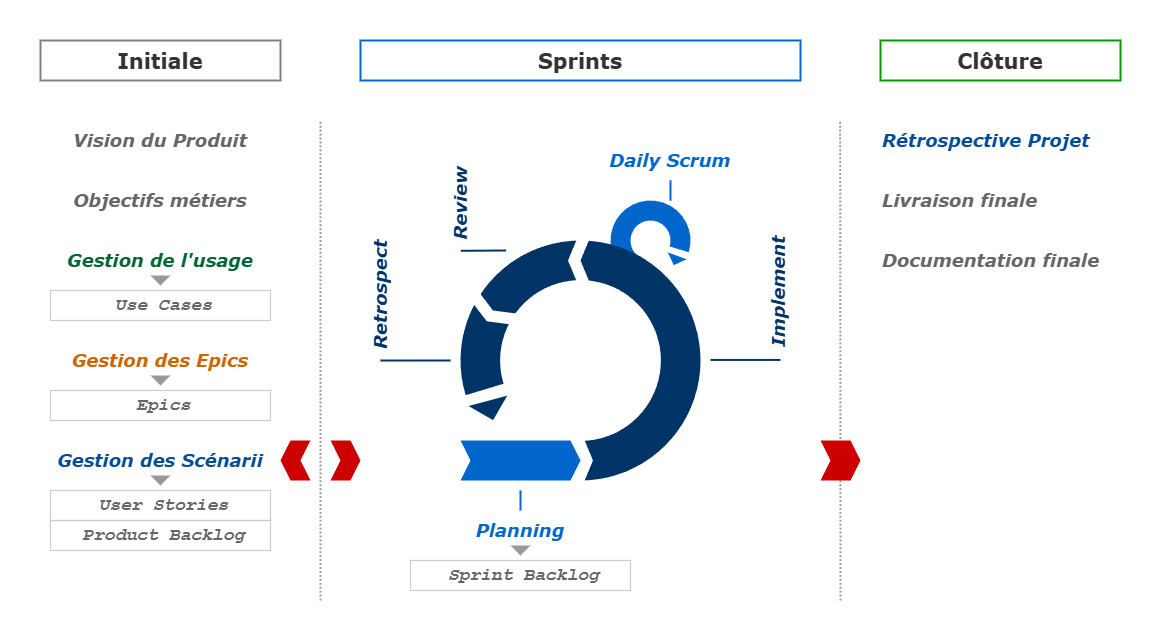
Above: 04.pratique/agile/_assets/cycle_schema.png in ElodieBayet/web-development (draw.io), before the change. Source tidied: cells renumbered, new cells last; positions are measured from the earlier drawing's top-left corner, leaving out a move shared by most shapes.
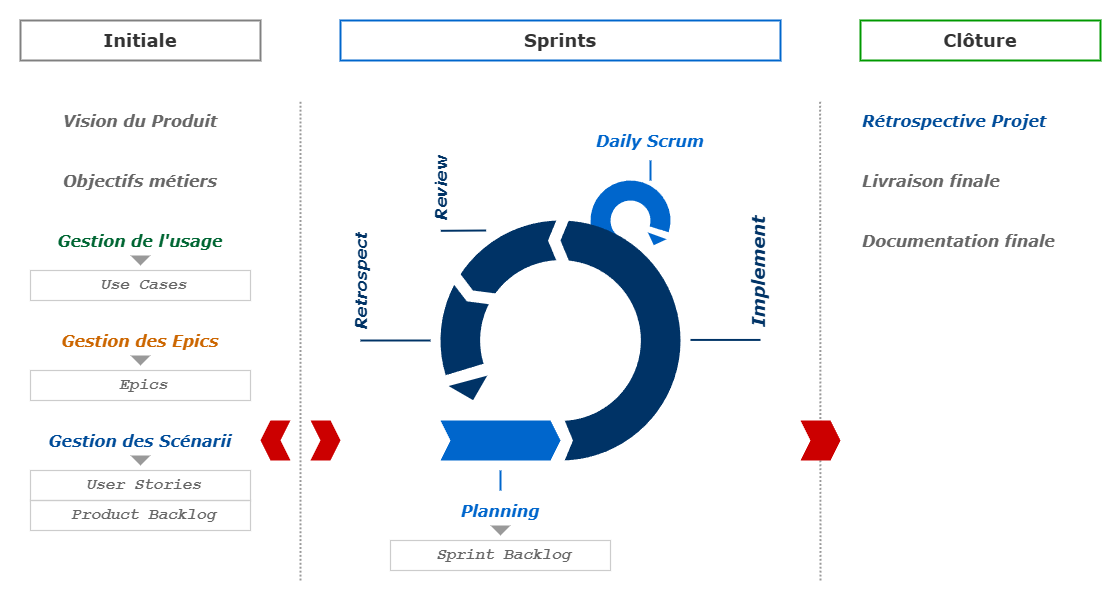
Later version of the same file.

What changed in the source:
```diff
@@ -3,7 +3,7 @@
     <mxCell id="0" />
     <mxCell id="1" parent="0" />
     <mxCell id="2" style="rounded=0;whiteSpace=wrap;html=1;strokeColor=none;" parent="1" vertex="1">
-      <mxGeometry width="1160" height="640" as="geometry" />
+      <mxGeometry x="20" y="20" width="1120" height="600" as="geometry" />
     </mxCell>
     <mxCell id="3" style="endArrow=none;html=1;dashed=1;strokeWidth=1.9685;strokeColor=#999999;dashPattern=1 1;" parent="1" edge="1">
       <mxGeometry relative="1" as="geometry">
@@ -17,13 +17,13 @@
     <mxCell id="5" style="shape=step;perimeter=stepPerimeter;whiteSpace=wrap;html=1;fixedSize=1;strokeColor=none;fillColor=#CC0000;size=10;rotation=180;" parent="1" vertex="1">
       <mxGeometry x="280" y="440" width="30" height="40" as="geometry" />
     </mxCell>
-    <mxCell id="6" value="Initiale" style="text;align=center;verticalAlign=middle;whiteSpace=wrap;rounded=0;fontFamily=Verdana;fontStyle=1;fontSize=21;fontColor=#333333;strokeColor=#808080;strokeWidth=1.9685;html=1;" parent="1" vertex="1">
+    <mxCell id="6" value="Initiale" style="text;align=center;verticalAlign=middle;whiteSpace=wrap;rounded=0;fontFamily=Verdana;fontStyle=1;fontSize=18;fontColor=#333333;strokeColor=#808080;strokeWidth=1.9685;html=1;" parent="1" vertex="1">
       <mxGeometry x="40" y="40" width="240" height="40" as="geometry" />
     </mxCell>
-    <mxCell id="7" value="Sprints" style="text;align=center;verticalAlign=middle;whiteSpace=wrap;rounded=0;fontFamily=Verdana;fontStyle=1;fontSize=21;fontColor=#333333;strokeColor=#0066CC;strokeWidth=1.9685;html=1;" parent="1" vertex="1">
+    <mxCell id="7" value="Sprints" style="text;align=center;verticalAlign=middle;whiteSpace=wrap;rounded=0;fontFamily=Verdana;fontStyle=1;fontSize=18;fontColor=#333333;strokeColor=#0066CC;strokeWidth=1.9685;html=1;" parent="1" vertex="1">
       <mxGeometry x="360" y="40" width="440" height="40" as="geometry" />
     </mxCell>
-    <mxCell id="8" value="Clôture" style="text;align=center;verticalAlign=middle;whiteSpace=wrap;rounded=0;fontFamily=Verdana;fontStyle=1;fontSize=21;fontColor=#333333;strokeColor=#009900;strokeWidth=1.9685;html=1;" parent="1" vertex="1">
+    <mxCell id="8" value="Clôture" style="text;align=center;verticalAlign=middle;whiteSpace=wrap;rounded=0;fontFamily=Verdana;fontStyle=1;fontSize=18;fontColor=#333333;strokeColor=#009900;strokeWidth=1.9685;html=1;" parent="1" vertex="1">
       <mxGeometry x="880" y="40" width="240" height="40" as="geometry" />
     </mxCell>
     <mxCell id="9" style="verticalLabelPosition=bottom;verticalAlign=top;html=1;shape=mxgraph.basic.partConcEllipse;startAngle=0.30334437084861127;endAngle=0.04750758046958993;arcWidth=0.5;strokeColor=none;fillColor=#0066CC;rotation=90;" parent="1" vertex="1">
@@ -50,64 +50,64 @@
     <mxCell id="16" style="triangle;whiteSpace=wrap;html=1;rotation=75;strokeColor=none;fillColor=#003366;" parent="1" vertex="1">
       <mxGeometry x="480" y="390" width="20" height="40" as="geometry" />
     </mxCell>
-    <mxCell id="17" value="Retrospect" style="text;align=left;verticalAlign=middle;whiteSpace=wrap;rounded=0;fontFamily=Verdana;fontStyle=3;fontSize=18;fontColor=#003366;strokeColor=none;strokeWidth=1.9685;html=1;rotation=270;spacing=0;spacingLeft=11.811;" parent="1" vertex="1">
+    <mxCell id="17" value="Retrospect" style="text;align=left;verticalAlign=middle;whiteSpace=wrap;rounded=0;fontFamily=Verdana;fontStyle=3;fontSize=16;fontColor=#003366;strokeColor=none;strokeWidth=1.9685;html=1;rotation=270;spacing=0;spacingLeft=11.811;" parent="1" vertex="1">
       <mxGeometry x="309.7" y="269.7" width="140.6" height="40" as="geometry" />
     </mxCell>
-    <mxCell id="18" value="Daily Scrum" style="text;align=center;verticalAlign=middle;whiteSpace=wrap;rounded=0;fontFamily=Verdana;fontStyle=3;fontSize=18;fontColor=#0066CC;strokeColor=none;strokeWidth=1.9685;html=1;" parent="1" vertex="1">
+    <mxCell id="18" value="Daily Scrum" style="text;align=center;verticalAlign=middle;whiteSpace=wrap;rounded=0;fontFamily=Verdana;fontStyle=3;fontSize=16;fontColor=#0066CC;strokeColor=none;strokeWidth=1.9685;html=1;" parent="1" vertex="1">
       <mxGeometry x="600" y="140" width="140" height="40" as="geometry" />
     </mxCell>
-    <mxCell id="19" value="Vision du Produit" style="text;align=center;verticalAlign=middle;whiteSpace=wrap;rounded=0;fontFamily=Verdana;fontStyle=3;fontSize=18;fontColor=#666666;strokeColor=none;strokeWidth=1.9685;html=1;" parent="1" vertex="1">
+    <mxCell id="19" value="Vision du Produit" style="text;align=center;verticalAlign=middle;whiteSpace=wrap;rounded=0;fontFamily=Verdana;fontStyle=3;fontSize=16;fontColor=#666666;strokeColor=none;strokeWidth=1.9685;html=1;" parent="1" vertex="1">
       <mxGeometry x="40" y="120" width="240" height="40" as="geometry" />
     </mxCell>
-    <mxCell id="20" value="Objectifs métiers" style="text;align=center;verticalAlign=middle;whiteSpace=wrap;rounded=0;fontFamily=Verdana;fontStyle=3;fontSize=18;fontColor=#666666;strokeColor=none;strokeWidth=1.9685;html=1;" parent="1" vertex="1">
+    <mxCell id="20" value="Objectifs métiers" style="text;align=center;verticalAlign=middle;whiteSpace=wrap;rounded=0;fontFamily=Verdana;fontStyle=3;fontSize=16;fontColor=#666666;strokeColor=none;strokeWidth=1.9685;html=1;" parent="1" vertex="1">
       <mxGeometry x="40" y="180" width="240" height="40" as="geometry" />
     </mxCell>
-    <mxCell id="21" value="Gestion des Epics" style="text;align=center;verticalAlign=middle;whiteSpace=wrap;rounded=0;fontFamily=Verdana;fontStyle=3;fontSize=18;fontColor=#CC6600;strokeColor=none;strokeWidth=1.9685;html=1;" parent="1" vertex="1">
+    <mxCell id="21" value="Gestion des Epics" style="text;align=center;verticalAlign=middle;whiteSpace=wrap;rounded=0;fontFamily=Verdana;fontStyle=3;fontSize=16;fontColor=#CC6600;strokeColor=none;strokeWidth=1.9685;html=1;" parent="1" vertex="1">
       <mxGeometry x="40" y="340" width="240" height="40" as="geometry" />
     </mxCell>
-    <mxCell id="22" value="&lt;font style=&quot;color: rgb(102, 102, 102);&quot;&gt;Use Cases&lt;/font&gt;" style="text;align=center;verticalAlign=middle;whiteSpace=wrap;rounded=0;fontFamily=Courier New;fontStyle=3;fontSize=18;fontColor=#333333;strokeColor=#CCCCCC;strokeWidth=1.1810999999999998;html=1;spacing=0;spacingLeft=7.874;" parent="1" vertex="1">
+    <mxCell id="22" value="&lt;font style=&quot;color: rgb(102, 102, 102);&quot;&gt;Use Cases&lt;/font&gt;" style="text;align=center;verticalAlign=middle;whiteSpace=wrap;rounded=0;fontFamily=Courier New;fontStyle=3;fontSize=16;fontColor=#333333;strokeColor=#CCCCCC;strokeWidth=1.1810999999999998;html=1;spacing=0;spacingLeft=7.874;" parent="1" vertex="1">
       <mxGeometry x="50" y="290" width="220" height="30" as="geometry" />
     </mxCell>
-    <mxCell id="23" value="Gestion de l'usage" style="text;align=center;verticalAlign=middle;whiteSpace=wrap;rounded=0;fontFamily=Verdana;fontStyle=3;fontSize=18;fontColor=#006633;strokeColor=none;strokeWidth=1.9685;html=1;" parent="1" vertex="1">
+    <mxCell id="23" value="Gestion de l'usage" style="text;align=center;verticalAlign=middle;whiteSpace=wrap;rounded=0;fontFamily=Verdana;fontStyle=3;fontSize=16;fontColor=#006633;strokeColor=none;strokeWidth=1.9685;html=1;" parent="1" vertex="1">
       <mxGeometry x="40" y="240" width="240" height="40" as="geometry" />
     </mxCell>
-    <mxCell id="24" value="&lt;font style=&quot;color: rgb(0, 76, 153);&quot;&gt;Rétrospective Projet&lt;/font&gt;" style="text;align=left;verticalAlign=middle;whiteSpace=wrap;rounded=0;fontFamily=Verdana;fontStyle=3;fontSize=18;fontColor=#004C99;strokeColor=none;strokeWidth=1.9685;html=1;" parent="1" vertex="1">
+    <mxCell id="24" value="&lt;font style=&quot;color: rgb(0, 76, 153);&quot;&gt;Rétrospective Projet&lt;/font&gt;" style="text;align=left;verticalAlign=middle;whiteSpace=wrap;rounded=0;fontFamily=Verdana;fontStyle=3;fontSize=16;fontColor=#004C99;strokeColor=none;strokeWidth=1.9685;html=1;" parent="1" vertex="1">
       <mxGeometry x="880" y="120" width="240" height="40" as="geometry" />
     </mxCell>
-    <mxCell id="25" value="Livraison finale" style="text;align=left;verticalAlign=middle;whiteSpace=wrap;rounded=0;fontFamily=Verdana;fontStyle=3;fontSize=18;fontColor=#666666;strokeColor=none;strokeWidth=1.9685;html=1;" parent="1" vertex="1">
+    <mxCell id="25" value="Livraison finale" style="text;align=left;verticalAlign=middle;whiteSpace=wrap;rounded=0;fontFamily=Verdana;fontStyle=3;fontSize=16;fontColor=#666666;strokeColor=none;strokeWidth=1.9685;html=1;" parent="1" vertex="1">
       <mxGeometry x="880" y="180" width="240" height="40" as="geometry" />
     </mxCell>
-    <mxCell id="26" value="Documentation finale" style="text;align=left;verticalAlign=middle;whiteSpace=wrap;rounded=0;fontFamily=Verdana;fontStyle=3;fontSize=18;fontColor=#666666;strokeColor=none;strokeWidth=1.9685;html=1;" parent="1" vertex="1">
+    <mxCell id="26" value="Documentation finale" style="text;align=left;verticalAlign=middle;whiteSpace=wrap;rounded=0;fontFamily=Verdana;fontStyle=3;fontSize=16;fontColor=#666666;strokeColor=none;strokeWidth=1.9685;html=1;" parent="1" vertex="1">
       <mxGeometry x="880" y="240" width="240" height="40" as="geometry" />
     </mxCell>
     <mxCell id="27" style="triangle;whiteSpace=wrap;html=1;strokeColor=none;fillColor=#999999;rotation=90;" parent="1" vertex="1">
       <mxGeometry x="155" y="270" width="10" height="20" as="geometry" />
     </mxCell>
-    <mxCell id="28" value="&lt;font style=&quot;color: rgb(102, 102, 102);&quot;&gt;Epics&lt;/font&gt;" style="text;align=center;verticalAlign=middle;whiteSpace=wrap;rounded=0;fontFamily=Courier New;fontStyle=3;fontSize=18;fontColor=#333333;strokeColor=#CCCCCC;strokeWidth=1.1810999999999998;html=1;spacing=0;spacingLeft=7.874;" parent="1" vertex="1">
+    <mxCell id="28" value="&lt;font style=&quot;color: rgb(102, 102, 102);&quot;&gt;Epics&lt;/font&gt;" style="text;align=center;verticalAlign=middle;whiteSpace=wrap;rounded=0;fontFamily=Courier New;fontStyle=3;fontSize=16;fontColor=#333333;strokeColor=#CCCCCC;strokeWidth=1.1810999999999998;html=1;spacing=0;spacingLeft=7.874;" parent="1" vertex="1">
       <mxGeometry x="50" y="390" width="220" height="30" as="geometry" />
     </mxCell>
     <mxCell id="29" style="triangle;whiteSpace=wrap;html=1;strokeColor=none;fillColor=#999999;rotation=90;" parent="1" vertex="1">
       <mxGeometry x="155" y="370" width="10" height="20" as="geometry" />
     </mxCell>
-    <mxCell id="30" value="Gestion des Scénarii" style="text;align=center;verticalAlign=middle;whiteSpace=wrap;rounded=0;fontFamily=Verdana;fontStyle=3;fontSize=18;fontColor=#004C99;strokeColor=none;strokeWidth=1.9685;html=1;" parent="1" vertex="1">
+    <mxCell id="30" value="Gestion des Scénarii" style="text;align=center;verticalAlign=middle;whiteSpace=wrap;rounded=0;fontFamily=Verdana;fontStyle=3;fontSize=16;fontColor=#004C99;strokeColor=none;strokeWidth=1.9685;html=1;" parent="1" vertex="1">
       <mxGeometry x="40" y="440" width="240" height="40" as="geometry" />
     </mxCell>
-    <mxCell id="31" value="&lt;font style=&quot;color: rgb(102, 102, 102);&quot;&gt;User Stories&lt;/font&gt;" style="text;align=center;verticalAlign=middle;whiteSpace=wrap;rounded=0;fontFamily=Courier New;fontStyle=3;fontSize=18;fontColor=#333333;strokeColor=#CCCCCC;strokeWidth=1.1810999999999998;html=1;spacing=0;spacingLeft=7.874;" parent="1" vertex="1">
+    <mxCell id="31" value="&lt;font style=&quot;color: rgb(102, 102, 102);&quot;&gt;User Stories&lt;/font&gt;" style="text;align=center;verticalAlign=middle;whiteSpace=wrap;rounded=0;fontFamily=Courier New;fontStyle=3;fontSize=16;fontColor=#333333;strokeColor=#CCCCCC;strokeWidth=1.1810999999999998;html=1;spacing=0;spacingLeft=7.874;" parent="1" vertex="1">
       <mxGeometry x="50" y="490" width="220" height="30" as="geometry" />
     </mxCell>
     <mxCell id="32" style="triangle;whiteSpace=wrap;html=1;strokeColor=none;fillColor=#999999;rotation=90;" parent="1" vertex="1">
       <mxGeometry x="155" y="470" width="10" height="20" as="geometry" />
     </mxCell>
-    <mxCell id="33" value="&lt;font style=&quot;color: rgb(102, 102, 102);&quot;&gt;Product Backlog&lt;/font&gt;" style="text;align=center;verticalAlign=middle;whiteSpace=wrap;rounded=0;fontFamily=Courier New;fontStyle=3;fontSize=18;fontColor=#333333;strokeColor=#CCCCCC;strokeWidth=1.1810999999999998;html=1;spacing=0;spacingLeft=7.874;" parent="1" vertex="1">
+    <mxCell id="33" value="&lt;font style=&quot;color: rgb(102, 102, 102);&quot;&gt;Product Backlog&lt;/font&gt;" style="text;align=center;verticalAlign=middle;whiteSpace=wrap;rounded=0;fontFamily=Courier New;fontStyle=3;fontSize=16;fontColor=#333333;strokeColor=#CCCCCC;strokeWidth=1.1810999999999998;html=1;spacing=0;spacingLeft=7.874;" parent="1" vertex="1">
       <mxGeometry x="50" y="520" width="220" height="30" as="geometry" />
     </mxCell>
-    <mxCell id="34" value="&lt;font style=&quot;color: rgb(102, 102, 102);&quot;&gt;Sprint Backlog&lt;/font&gt;" style="text;align=center;verticalAlign=middle;whiteSpace=wrap;rounded=0;fontFamily=Courier New;fontStyle=3;fontSize=18;fontColor=#333333;strokeColor=#CCCCCC;strokeWidth=1.1810999999999998;html=1;spacing=0;spacingLeft=7.874;" parent="1" vertex="1">
+    <mxCell id="34" value="&lt;font style=&quot;color: rgb(102, 102, 102);&quot;&gt;Sprint Backlog&lt;/font&gt;" style="text;align=center;verticalAlign=middle;whiteSpace=wrap;rounded=0;fontFamily=Courier New;fontStyle=3;fontSize=16;fontColor=#333333;strokeColor=#CCCCCC;strokeWidth=1.1810999999999998;html=1;spacing=0;spacingLeft=7.874;" parent="1" vertex="1">
       <mxGeometry x="410" y="560" width="220" height="30" as="geometry" />
     </mxCell>
     <mxCell id="35" style="triangle;whiteSpace=wrap;html=1;strokeColor=none;fillColor=#999999;rotation=90;" parent="1" vertex="1">
       <mxGeometry x="515" y="540" width="10" height="20" as="geometry" />
     </mxCell>
-    <mxCell id="36" value="Planning" style="text;align=center;verticalAlign=middle;whiteSpace=wrap;rounded=0;fontFamily=Verdana;fontStyle=3;fontSize=18;fontColor=#0066CC;strokeColor=none;strokeWidth=1.9685;html=1;" parent="1" vertex="1">
+    <mxCell id="36" value="Planning" style="text;align=center;verticalAlign=middle;whiteSpace=wrap;rounded=0;fontFamily=Verdana;fontStyle=3;fontSize=16;fontColor=#0066CC;strokeColor=none;strokeWidth=1.9685;html=1;" parent="1" vertex="1">
       <mxGeometry x="400" y="510" width="240" height="40" as="geometry" />
     </mxCell>
     <mxCell id="37" style="endArrow=none;html=1;dashed=1;strokeWidth=1.9685;strokeColor=#999999;dashPattern=1 1;" parent="1" edge="1">
@@ -139,7 +139,7 @@
         <mxPoint x="520" y="510" as="targetPoint" />
       </mxGeometry>
     </mxCell>
-    <mxCell id="43" value="Review" style="text;align=left;verticalAlign=middle;whiteSpace=wrap;rounded=0;fontFamily=Verdana;fontStyle=3;fontSize=18;fontColor=#003366;strokeColor=none;strokeWidth=1.9685;html=1;rotation=270;spacing=0;spacingLeft=11.811;" parent="1" vertex="1">
+    <mxCell id="43" value="Review" style="text;align=left;verticalAlign=middle;whiteSpace=wrap;rounded=0;fontFamily=Verdana;fontStyle=3;fontSize=16;fontColor=#003366;strokeColor=none;strokeWidth=1.9685;html=1;rotation=270;spacing=0;spacingLeft=11.811;" parent="1" vertex="1">
       <mxGeometry x="405.3" y="175.3" width="110" height="40" as="geometry" />
     </mxCell>
     <mxCell id="44" style="endArrow=none;html=1;exitX=0;exitY=0.5;exitDx=0;exitDy=0;strokeWidth=1.9685;strokeColor=#003366;" parent="1" edge="1" source="43">
```
